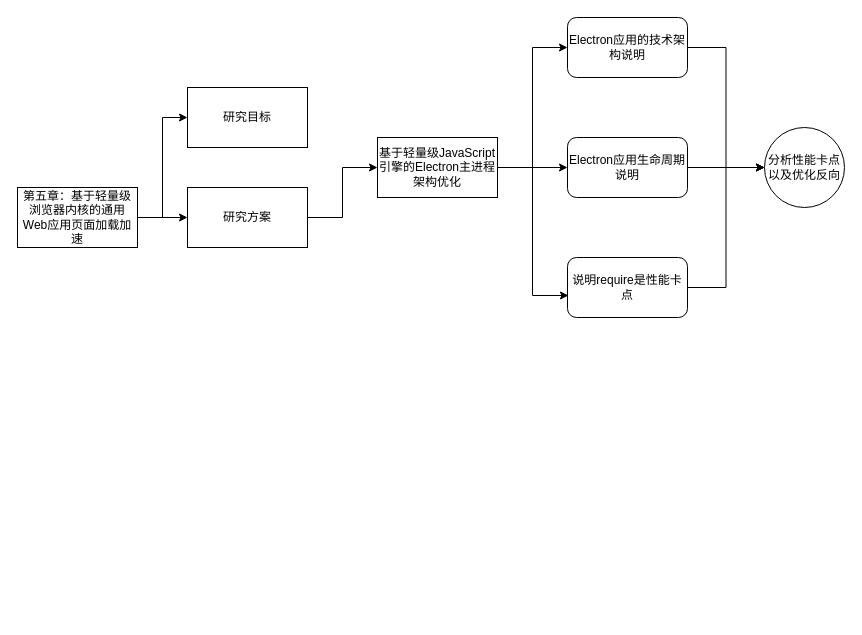
Earlier version of the draw.io diagram 未命名绘图.drawio (yuhaishenedc/drawio). Source tidied: cells renumbered, new cells numbered last; positions are measured from the earlier drawing's top-left corner, leaving out a move shared by most shapes. Both pictures are drawn from the tidied source at 100%, with x=0, y=0 at pixel (17, 17).
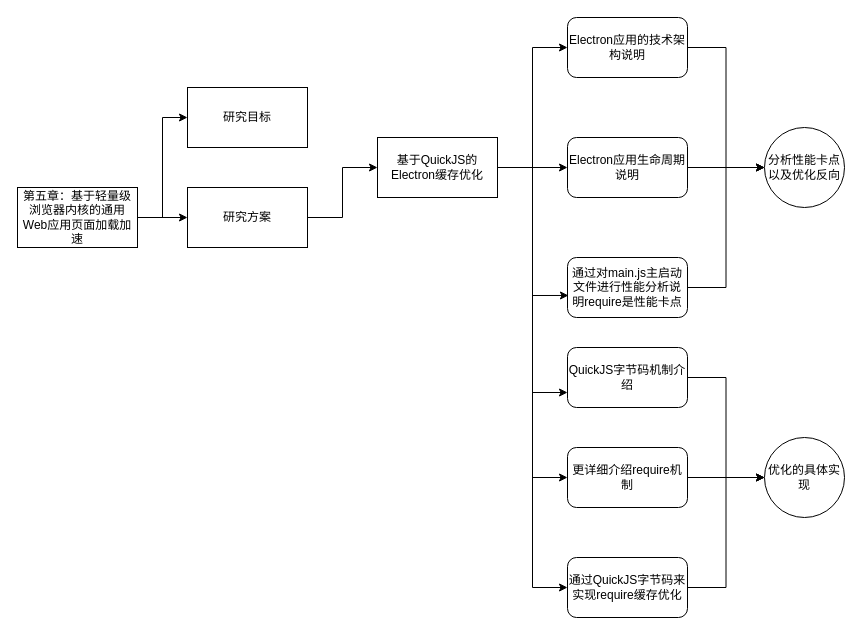
The same diagram, later.

Commit message:
更新未命名绘图.drawio

The edit, as a diff of the source:
```diff
@@
+    <mxCell id="19" style="edgeStyle=orthogonalEdgeStyle;rounded=0;jettySize=auto;html=1;entryX=0;entryY=0.75;entryDx=0;entryDy=0;" parent="1" edge="1" source="10" target="23">
+      <mxGeometry relative="1" as="geometry" />
+    </mxCell>
+    <mxCell id="20" style="edgeStyle=orthogonalEdgeStyle;rounded=0;jettySize=auto;html=1;entryX=0;entryY=0.5;entryDx=0;entryDy=0;" parent="1" edge="1" source="10" target="25">
+      <mxGeometry relative="1" as="geometry" />
+    </mxCell>
+    <mxCell id="21" style="edgeStyle=orthogonalEdgeStyle;rounded=0;jettySize=auto;html=1;entryX=0;entryY=0.5;entryDx=0;entryDy=0;" parent="1" edge="1" source="10" target="27">
+      <mxGeometry relative="1" as="geometry" />
+    </mxCell>
-    <mxCell id="10" value="基于轻量级JavaScript引擎的Electron主进程架构优化" style="rounded=0;whiteSpace=wrap;html=1;" parent="1" vertex="1">
+    <mxCell id="10" value="基于QuickJS的Electron缓存优化" style="rounded=0;whiteSpace=wrap;html=1;" parent="1" vertex="1">
       <mxGeometry x="360" y="120" width="120" height="60" as="geometry" />
     </mxCell>
@@
-    <mxCell id="17" value="说明require是性能卡点" style="rounded=1;whiteSpace=wrap;html=1;" parent="1" vertex="1">
+    <mxCell id="17" value="通过对main.js主启动文件进行性能分析说明require是性能卡点" style="rounded=1;whiteSpace=wrap;html=1;" parent="1" vertex="1">
       <mxGeometry x="550" y="240" width="120" height="60" as="geometry" />
     </mxCell>
@@
+    <mxCell id="22" style="edgeStyle=orthogonalEdgeStyle;rounded=0;jettySize=auto;html=1;entryX=0;entryY=0.5;entryDx=0;entryDy=0;" parent="1" edge="1" source="23" target="28">
+      <mxGeometry relative="1" as="geometry" />
+    </mxCell>
+    <mxCell id="23" value="QuickJS字节码机制介绍" style="rounded=1;whiteSpace=wrap;html=1;" parent="1" vertex="1">
+      <mxGeometry x="550" y="330" width="120" height="60" as="geometry" />
+    </mxCell>
+    <mxCell id="24" style="edgeStyle=orthogonalEdgeStyle;rounded=0;jettySize=auto;html=1;entryX=0;entryY=0.5;entryDx=0;entryDy=0;" parent="1" edge="1" source="25" target="28">
+      <mxGeometry relative="1" as="geometry" />
+    </mxCell>
+    <mxCell id="25" value="更详细介绍require机制" style="rounded=1;whiteSpace=wrap;html=1;" parent="1" vertex="1">
+      <mxGeometry x="550" y="430" width="120" height="60" as="geometry" />
+    </mxCell>
+    <mxCell id="26" style="edgeStyle=orthogonalEdgeStyle;rounded=0;jettySize=auto;html=1;entryX=0;entryY=0.5;entryDx=0;entryDy=0;" parent="1" edge="1" source="27" target="28">
+      <mxGeometry relative="1" as="geometry" />
+    </mxCell>
+    <mxCell id="27" value="通过QuickJS字节码来实现require缓存优化" style="rounded=1;whiteSpace=wrap;html=1;" parent="1" vertex="1">
+      <mxGeometry x="550" y="540" width="120" height="60" as="geometry" />
+    </mxCell>
+    <mxCell id="28" value="优化的具体实现" style="ellipse;whiteSpace=wrap;html=1;" parent="1" vertex="1">
+      <mxGeometry x="747" y="420" width="80" height="80" as="geometry" />
+    </mxCell>
```
